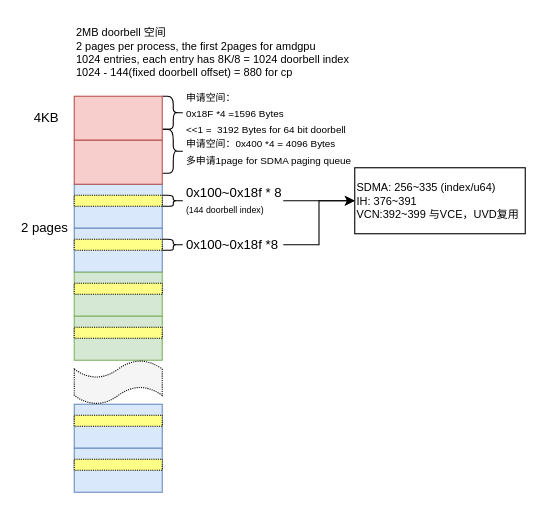
zjunweihit/drawio keeps this draw.io diagram as doorbell.drawio. Above is the earlier version. Source tidied: cells renumbered, new cells numbered last; positions are measured from the earlier drawing's top-left corner, leaving out a move shared by most shapes. Both pictures are drawn from the tidied source at 110%, with x=0, y=0 at pixel (19, 19).
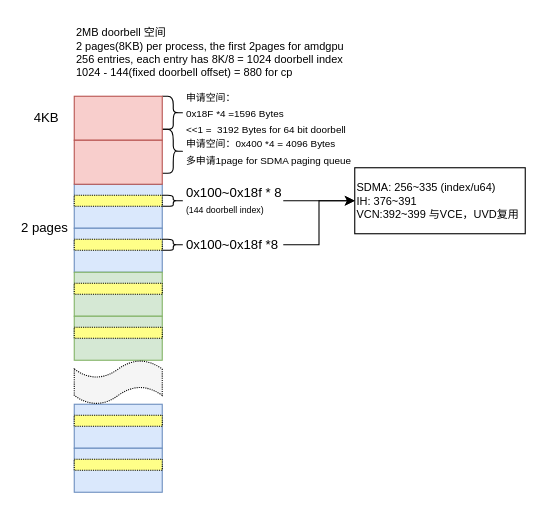
The same page after the edit.

Change to the diagram source:
```diff
@@
-    <mxCell id="19" value="&lt;font style=&quot;font-size: 10px;&quot;&gt;2MB doorbell 空间&lt;/font&gt;&lt;font style=&quot;font-size: 10px;&quot;&gt;&lt;br style=&quot;font-size: 10px;&quot;&gt;2 pages per process, the first 2pages for amdgpu&lt;br style=&quot;font-size: 10px;&quot;&gt;&lt;/font&gt;&lt;div style=&quot;font-size: 10px;&quot;&gt;&lt;font style=&quot;font-size: 10px;&quot;&gt;&lt;font style=&quot;font-size: 10px;&quot;&gt;1024 entries, each entry has 8K/8 = 1024 doorbell index&lt;/font&gt;&lt;br style=&quot;font-size: 10px;&quot;&gt;&lt;/font&gt;&lt;/div&gt;&lt;font style=&quot;font-size: 10px;&quot;&gt;1024 - 144(fixed doorbell offset) = 880 for cp&lt;br style=&quot;font-size: 10px;&quot;&gt;&lt;/font&gt;" style="whiteSpace=wrap;html=1;fillColor=none;rounded=1;strokeColor=none;align=left;fontSize=10;" parent="1" vertex="1">
+    <mxCell id="19" value="&lt;font style=&quot;font-size: 10px;&quot;&gt;2MB doorbell 空间&lt;/font&gt;&lt;font style=&quot;font-size: 10px;&quot;&gt;&lt;br style=&quot;font-size: 10px;&quot;&gt;2 pages(8KB) per process, the first 2pages for amdgpu&lt;br style=&quot;font-size: 10px;&quot;&gt;&lt;/font&gt;&lt;div style=&quot;font-size: 10px;&quot;&gt;&lt;font style=&quot;font-size: 10px;&quot;&gt;&lt;font style=&quot;font-size: 10px;&quot;&gt;256 entries, each entry has 8K/8 = 1024 doorbell index&lt;/font&gt;&lt;br style=&quot;font-size: 10px;&quot;&gt;&lt;/font&gt;&lt;/div&gt;&lt;font style=&quot;font-size: 10px;&quot;&gt;1024 - 144(fixed doorbell offset) = 880 for cp&lt;br style=&quot;font-size: 10px;&quot;&gt;&lt;/font&gt;" style="whiteSpace=wrap;html=1;fillColor=none;rounded=1;strokeColor=none;align=left;fontSize=10;" parent="1" vertex="1">
       <mxGeometry x="50" width="260" height="60" as="geometry" />
     </mxCell>
```
